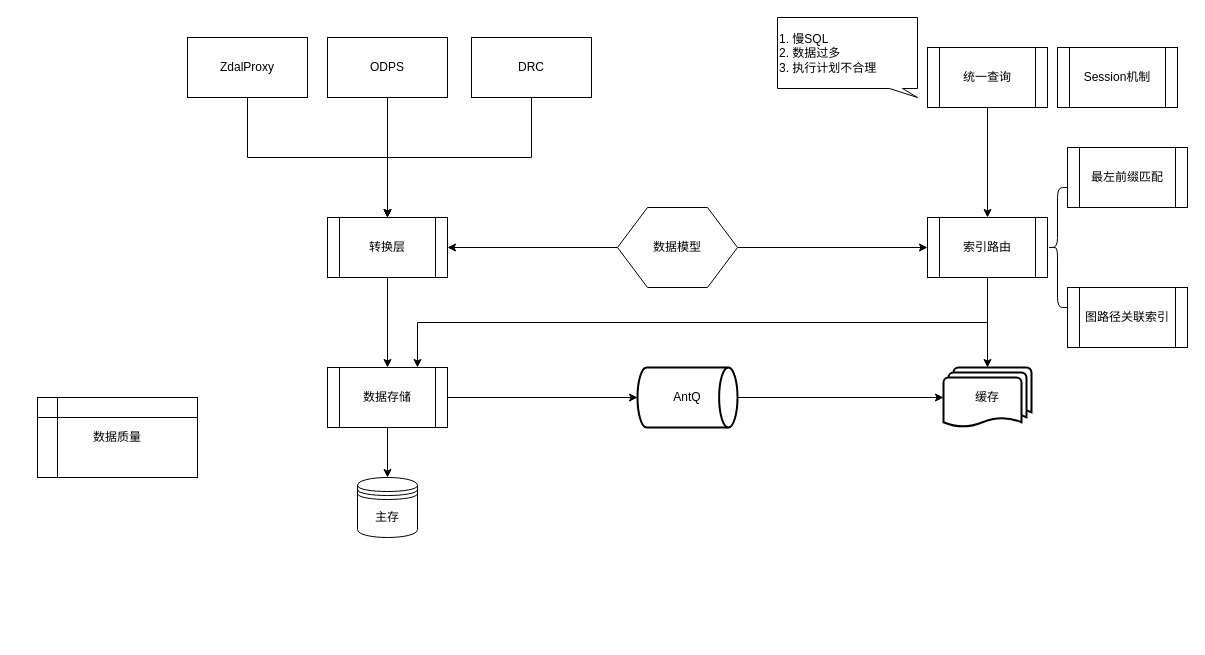
frankneu/draw.io keeps this draw.io diagram as 数据写入&数据查询.drawio. Above is the earlier version. Source tidied: cells renumbered, new cells numbered last; positions are measured from the earlier drawing's top-left corner, leaving out a move shared by most shapes. Both pictures are drawn from the tidied source at 100%, with x=0, y=0 at pixel (37, 17).
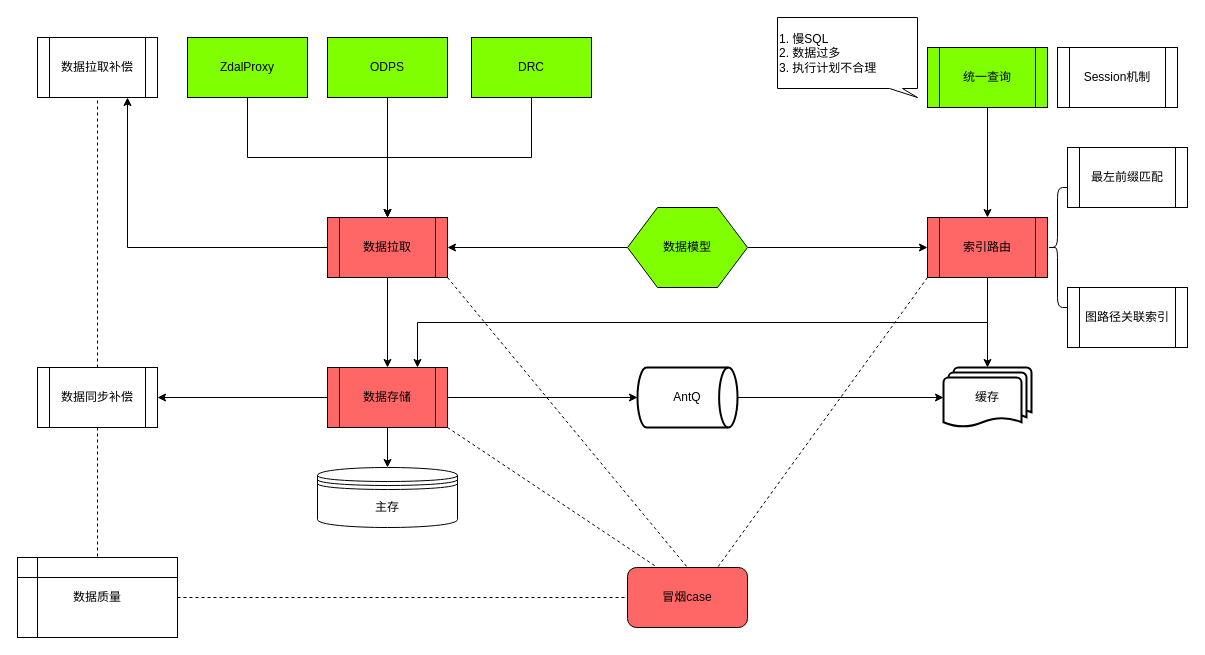
The same diagram, later.

Commit message:
Update 数据写入&数据查询.drawio

Change to the diagram source:
```diff
@@
-    <mxCell id="3" value="ZdalProxy" style="rounded=0;whiteSpace=wrap;html=1;" parent="1" vertex="1">
+    <mxCell id="3" value="ZdalProxy" style="rounded=0;whiteSpace=wrap;html=1;fillColor=#80FF00;" parent="1" vertex="1">
       <mxGeometry x="150" y="20" width="120" height="60" as="geometry" />
     </mxCell>
@@
-    <mxCell id="5" value="ODPS" style="rounded=0;whiteSpace=wrap;html=1;" parent="1" vertex="1">
+    <mxCell id="5" value="ODPS" style="rounded=0;whiteSpace=wrap;html=1;fillColor=#80FF00;" parent="1" vertex="1">
       <mxGeometry x="290" y="20" width="120" height="60" as="geometry" />
     </mxCell>
@@
-    <mxCell id="7" value="DRC" style="rounded=0;whiteSpace=wrap;html=1;" parent="1" vertex="1">
+    <mxCell id="7" value="DRC" style="rounded=0;whiteSpace=wrap;html=1;fillColor=#80FF00;" parent="1" vertex="1">
       <mxGeometry x="434" y="20" width="120" height="60" as="geometry" />
     </mxCell>
+    <mxCell id="31" style="edgeStyle=orthogonalEdgeStyle;rounded=0;jettySize=auto;html=1;exitX=0;exitY=0.5;exitDx=0;exitDy=0;entryX=0.75;entryY=1;entryDx=0;entryDy=0;" parent="1" edge="1" source="8" target="34">
+      <mxGeometry relative="1" as="geometry" />
+    </mxCell>
-    <mxCell id="8" value="转换层" style="shape=process;whiteSpace=wrap;html=1;backgroundOutline=1;" parent="1" vertex="1">
+    <mxCell id="8" value="数据拉取" style="shape=process;whiteSpace=wrap;html=1;backgroundOutline=1;fillColor=#FF6666;" parent="1" vertex="1">
       <mxGeometry x="290" y="200" width="120" height="60" as="geometry" />
     </mxCell>
-    <mxCell id="9" style="edgeStyle=orthogonalEdgeStyle;rounded=0;jettySize=auto;html=1;exitX=0.5;exitY=1;exitDx=0;exitDy=0;entryX=0.5;entryY=0;entryDx=0;entryDy=0;" parent="1" edge="1" source="8" target="15">
+    <mxCell id="9" style="edgeStyle=orthogonalEdgeStyle;rounded=0;jettySize=auto;html=1;exitX=0.5;exitY=1;exitDx=0;exitDy=0;entryX=0.5;entryY=0;entryDx=0;entryDy=0;fillColor=#FF6666;" parent="1" edge="1" source="8" target="15">
       <mxGeometry relative="1" as="geometry" />
     </mxCell>
@@
-    <mxCell id="12" value="数据模型" style="shape=hexagon;perimeter=hexagonPerimeter2;whiteSpace=wrap;html=1;" parent="1" vertex="1">
-      <mxGeometry x="580" y="190" width="120" height="80" as="geometry" />
+    <mxCell id="12" value="数据模型" style="shape=hexagon;perimeter=hexagonPerimeter2;whiteSpace=wrap;html=1;fillColor=#80FF00;" parent="1" vertex="1">
+      <mxGeometry x="590" y="190" width="120" height="80" as="geometry" />
     </mxCell>
@@
+    <mxCell id="32" style="edgeStyle=orthogonalEdgeStyle;rounded=0;jettySize=auto;html=1;exitX=0;exitY=0.5;exitDx=0;exitDy=0;" parent="1" edge="1" source="15" target="35">
+      <mxGeometry relative="1" as="geometry" />
+    </mxCell>
-    <mxCell id="15" value="数据存储" style="shape=process;whiteSpace=wrap;html=1;backgroundOutline=1;" parent="1" vertex="1">
+    <mxCell id="15" value="数据存储" style="shape=process;whiteSpace=wrap;html=1;backgroundOutline=1;fillColor=#FF6666;" parent="1" vertex="1">
       <mxGeometry x="290" y="350" width="120" height="60" as="geometry" />
     </mxCell>
     <mxCell id="16" value="主存" style="shape=datastore;whiteSpace=wrap;html=1;" parent="1" vertex="1">
-      <mxGeometry x="320" y="460" width="60" height="60" as="geometry" />
+      <mxGeometry x="280" y="450" width="140" height="60" as="geometry" />
     </mxCell>
@@
-    <mxCell id="22" value="索引路由" style="shape=process;whiteSpace=wrap;html=1;backgroundOutline=1;" parent="1" vertex="1">
+    <mxCell id="22" value="索引路由" style="shape=process;whiteSpace=wrap;html=1;backgroundOutline=1;fillColor=#FF6666;" parent="1" vertex="1">
       <mxGeometry x="890" y="200" width="120" height="60" as="geometry" />
     </mxCell>
@@
-    <mxCell id="24" value="统一查询" style="shape=process;whiteSpace=wrap;html=1;backgroundOutline=1;" parent="1" vertex="1">
+    <mxCell id="24" value="统一查询" style="shape=process;whiteSpace=wrap;html=1;backgroundOutline=1;fillColor=#80FF00;" parent="1" vertex="1">
       <mxGeometry x="890" y="30" width="120" height="60" as="geometry" />
     </mxCell>
@@
     <mxCell id="30" value="数据质量" style="shape=internalStorage;whiteSpace=wrap;html=1;backgroundOutline=1;" parent="1" vertex="1">
-      <mxGeometry y="380" width="160" height="80" as="geometry" />
+      <mxGeometry x="-20" y="540" width="160" height="80" as="geometry" />
     </mxCell>
+    <mxCell id="33" value="冒烟case" style="rounded=1;whiteSpace=wrap;html=1;fillColor=#FF6666;" parent="1" vertex="1">
+      <mxGeometry x="590" y="550" width="120" height="60" as="geometry" />
+    </mxCell>
+    <mxCell id="34" value="数据拉取补偿" style="shape=process;whiteSpace=wrap;html=1;backgroundOutline=1;" parent="1" vertex="1">
+      <mxGeometry y="20" width="120" height="60" as="geometry" />
+    </mxCell>
+    <mxCell id="35" value="数据同步补偿" style="shape=process;whiteSpace=wrap;html=1;backgroundOutline=1;" parent="1" vertex="1">
+      <mxGeometry y="350" width="120" height="60" as="geometry" />
+    </mxCell>
+    <mxCell id="36" style="endArrow=none;dashed=1;html=1;entryX=0;entryY=0.5;entryDx=0;entryDy=0;exitX=1;exitY=0.5;exitDx=0;exitDy=0;" parent="1" edge="1" source="30" target="33">
+      <mxGeometry relative="1" as="geometry" />
+    </mxCell>
+    <mxCell id="37" style="endArrow=none;dashed=1;html=1;entryX=0.5;entryY=0;entryDx=0;entryDy=0;exitX=0.5;exitY=1;exitDx=0;exitDy=0;" parent="1" edge="1" source="35" target="30">
+      <mxGeometry relative="1" as="geometry" />
+    </mxCell>
+    <mxCell id="38" style="endArrow=none;dashed=1;html=1;entryX=0.5;entryY=1;entryDx=0;entryDy=0;exitX=0.5;exitY=0;exitDx=0;exitDy=0;" parent="1" edge="1" source="35" target="34">
+      <mxGeometry relative="1" as="geometry" />
+    </mxCell>
+    <mxCell id="39" style="endArrow=none;dashed=1;html=1;entryX=0.5;entryY=0;entryDx=0;entryDy=0;exitX=1;exitY=1;exitDx=0;exitDy=0;" parent="1" edge="1" source="8" target="33">
+      <mxGeometry relative="1" as="geometry" />
+    </mxCell>
+    <mxCell id="40" style="endArrow=none;dashed=1;html=1;entryX=0.75;entryY=0;entryDx=0;entryDy=0;exitX=0;exitY=1;exitDx=0;exitDy=0;" parent="1" edge="1" source="22" target="33">
+      <mxGeometry relative="1" as="geometry" />
+    </mxCell>
+    <mxCell id="41" style="endArrow=none;dashed=1;html=1;entryX=0.25;entryY=0;entryDx=0;entryDy=0;exitX=1;exitY=1;exitDx=0;exitDy=0;" parent="1" edge="1" source="15" target="33">
+      <mxGeometry relative="1" as="geometry" />
+    </mxCell>
```
